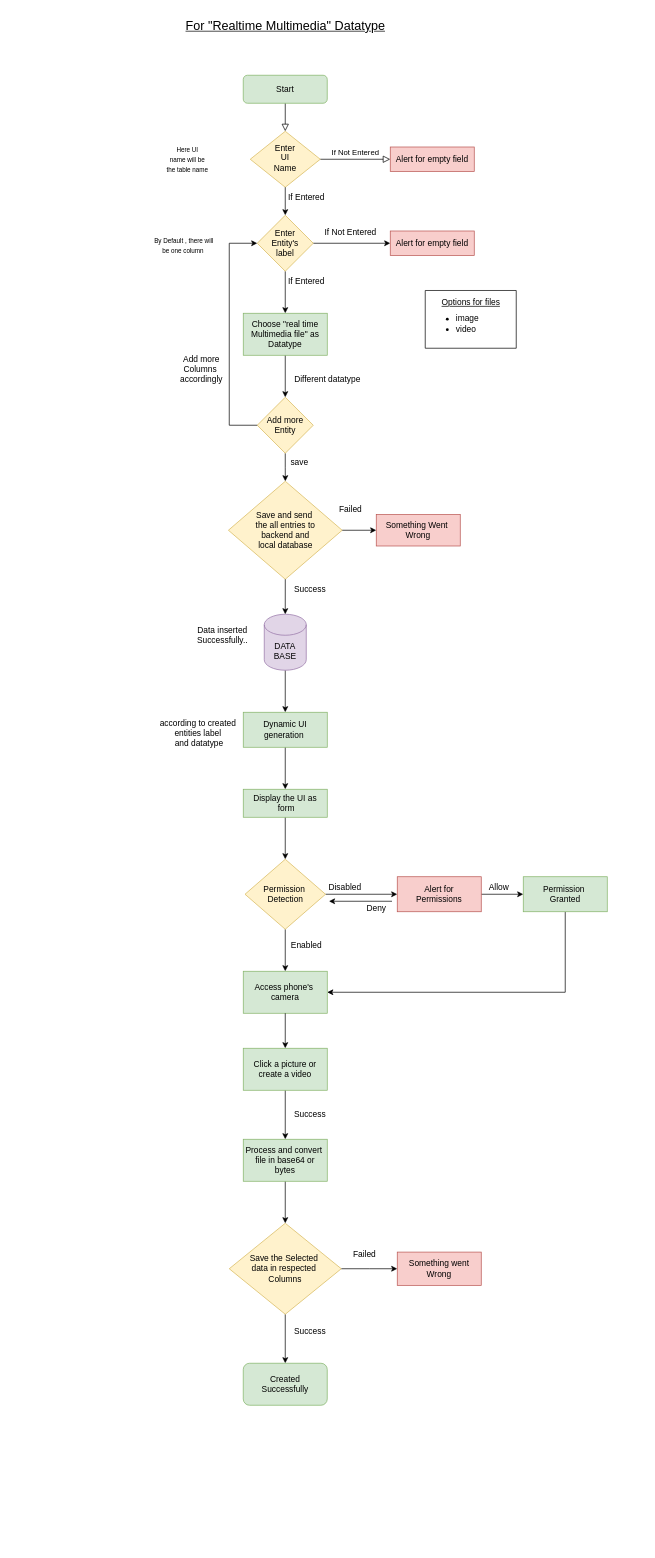
This is DatabaseCreation.drawio from MohitThakur001/FlowCharts, a draw.io file, before an edit. Source tidied: cells renumbered, new cells numbered last; positions are measured from the earlier drawing's top-left corner, leaving out a move shared by most shapes. Both pictures are drawn from the tidied source at 70%, with x=0, y=0 at pixel (145, 12).
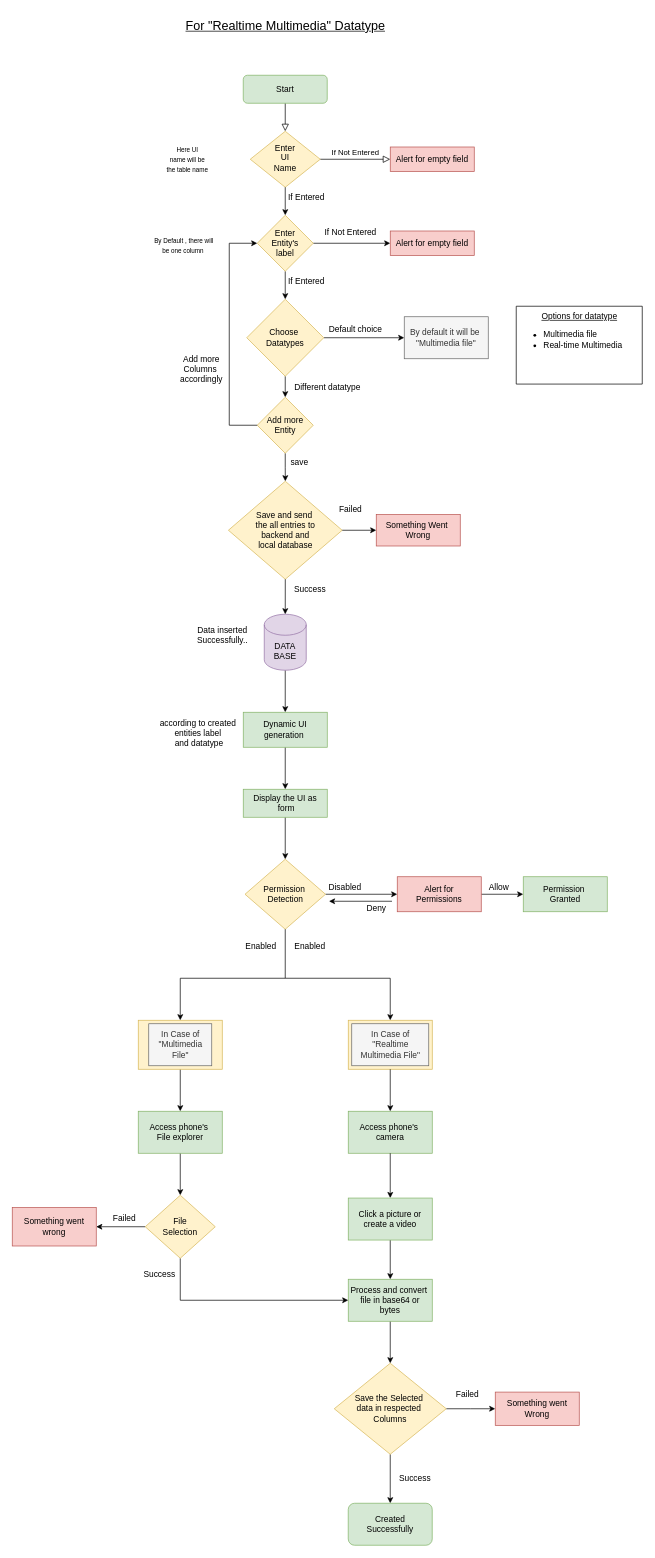
The same page after the edit.

The change refers to these unchanged cells:
```xml
<mxCell id="10" value="Enter &lt;br&gt;Entity's&lt;br&gt;label" style="rhombus;whiteSpace=wrap;html=1;fillColor=#fff2cc;strokeColor=#d6b656;" parent="1" vertex="1">
  <mxGeometry x="160" y="290" width="80" height="80" as="geometry" />
</mxCell>
<mxCell id="19" value="Add more&lt;br&gt;Entity" style="rhombus;whiteSpace=wrap;html=1;fillColor=#fff2cc;strokeColor=#d6b656;" parent="1" vertex="1">
  <mxGeometry x="160" y="550" width="80" height="80" as="geometry" />
</mxCell>
<mxCell id="55" value="Permission&amp;nbsp;&lt;br&gt;Detection" style="rhombus;whiteSpace=wrap;html=1;fillColor=#fff2cc;strokeColor=#d6b656;" parent="1" vertex="1">
  <mxGeometry x="142.5" y="1210" width="115" height="100" as="geometry" />
</mxCell>
<mxCell id="59" value="Permission&amp;nbsp;&lt;br&gt;Granted" style="whiteSpace=wrap;html=1;fillColor=#d5e8d4;strokeColor=#82b366;" parent="1" vertex="1">
  <mxGeometry x="540" y="1235" width="120" height="50" as="geometry" />
</mxCell>
```

Diff of the diagram source:
```diff
@@
-    <mxCell id="9" style="edgeStyle=orthogonalEdgeStyle;rounded=0;jettySize=auto;html=1;entryX=0.5;entryY=0;entryDx=0;entryDy=0;" parent="1" edge="1" source="10" target="51">
+    <mxCell id="9" style="edgeStyle=orthogonalEdgeStyle;rounded=0;jettySize=auto;html=1;entryX=0.5;entryY=0;entryDx=0;entryDy=0;" parent="1" edge="1" source="10" target="71">
       <mxGeometry relative="1" as="geometry" />
     </mxCell>
@@
-    <mxCell id="15" style="edgeStyle=orthogonalEdgeStyle;rounded=0;jettySize=auto;html=1;entryX=0.5;entryY=0;entryDx=0;entryDy=0;exitX=0.5;exitY=1;exitDx=0;exitDy=0;" parent="1" edge="1" source="51" target="19">
+    <mxCell id="15" style="edgeStyle=orthogonalEdgeStyle;rounded=0;jettySize=auto;html=1;entryX=0.5;entryY=0;entryDx=0;entryDy=0;exitX=0.5;exitY=1;exitDx=0;exitDy=0;" parent="1" edge="1" source="71" target="19">
       <mxGeometry relative="1" as="geometry" />
     </mxCell>
@@
     <mxCell id="17" value="Different datatype" style="text;html=1;align=center;verticalAlign=middle;strokeColor=none;fillColor=none;" parent="1" vertex="1">
-      <mxGeometry x="200" y="510" width="120" height="30" as="geometry" />
+      <mxGeometry x="200" y="521.2" width="120" height="30" as="geometry" />
     </mxCell>
@@
     <mxCell id="40" value="Save the Selected&amp;nbsp;&lt;br&gt;data in respected&amp;nbsp;&lt;br&gt;Columns" style="rhombus;whiteSpace=wrap;html=1;fillColor=#fff2cc;strokeColor=#d6b656;" parent="1" vertex="1">
-      <mxGeometry x="120" y="1730" width="160" height="130" as="geometry" />
+      <mxGeometry x="270" y="1930" width="160" height="130" as="geometry" />
     </mxCell>
-    <mxCell id="41" value="Success" style="text;html=1;align=center;verticalAlign=middle;strokeColor=none;fillColor=none;" parent="1" vertex="1">
-      <mxGeometry x="200" y="1560" width="70" height="30" as="geometry" />
-    </mxCell>
     <mxCell id="42" value="Something went&lt;br&gt;Wrong" style="whiteSpace=wrap;html=1;fillColor=#f8cecc;strokeColor=#b85450;" parent="1" vertex="1">
-      <mxGeometry x="360" y="1771.2" width="120" height="47.5" as="geometry" />
+      <mxGeometry x="500" y="1971.2" width="120" height="47.5" as="geometry" />
     </mxCell>
     <mxCell id="43" value="Success" style="text;html=1;align=center;verticalAlign=middle;strokeColor=none;fillColor=none;" parent="1" vertex="1">
-      <mxGeometry x="200" y="1870" width="70" height="30" as="geometry" />
+      <mxGeometry x="350" y="2080" width="70" height="30" as="geometry" />
     </mxCell>
     <mxCell id="44" value="Failed" style="text;html=1;align=center;verticalAlign=middle;strokeColor=none;fillColor=none;" parent="1" vertex="1">
-      <mxGeometry x="282.5" y="1760" width="60" height="30" as="geometry" />
+      <mxGeometry x="430" y="1960" width="60" height="30" as="geometry" />
     </mxCell>
     <mxCell id="45" value="Created &lt;br&gt;Successfully" style="rounded=1;whiteSpace=wrap;html=1;fillColor=#d5e8d4;strokeColor=#82b366;" parent="1" vertex="1">
-      <mxGeometry x="140" y="1930" width="120" height="60" as="geometry" />
+      <mxGeometry x="290" y="2130" width="120" height="60" as="geometry" />
     </mxCell>
@@
     <mxCell id="47" style="swimlane;startSize=0;" parent="1" vertex="1">
-      <mxGeometry x="400" y="397.5" width="130" height="82.5" as="geometry" />
+      <mxGeometry x="530" y="420" width="180" height="111.2" as="geometry" />
     </mxCell>
-    <mxCell id="48" value="&lt;ul&gt;&lt;li style=&quot;text-align: left;&quot;&gt;image&lt;/li&gt;&lt;li style=&quot;text-align: left;&quot;&gt;video&lt;/li&gt;&lt;/ul&gt;" style="text;html=1;align=center;verticalAlign=middle;strokeColor=none;fillColor=none;" parent="47" vertex="1">
-      <mxGeometry x="-10" y="12.5" width="100" height="70" as="geometry" />
+    <mxCell id="48" value="&lt;ul&gt;&lt;li style=&quot;text-align: left;&quot;&gt;Multimedia file&lt;/li&gt;&lt;li style=&quot;text-align: left;&quot;&gt;Real-time Multimedia&lt;/li&gt;&lt;/ul&gt;" style="text;html=1;align=center;verticalAlign=middle;strokeColor=none;fillColor=none;" parent="47" vertex="1">
+      <mxGeometry x="-15" y="12.5" width="180" height="70" as="geometry" />
     </mxCell>
+    <mxCell id="52" value="&lt;u&gt;Options for datatype&lt;/u&gt;" style="text;html=1;align=center;verticalAlign=middle;strokeColor=none;fillColor=none;" parent="47" vertex="1">
+      <mxGeometry x="25" width="130" height="30" as="geometry" />
+    </mxCell>
@@
-    <mxCell id="51" value="Choose &quot;real time Multimedia file&quot; as Datatype" style="rounded=0;whiteSpace=wrap;html=1;fillColor=#d5e8d4;strokeColor=#82b366;" parent="1" vertex="1">
-      <mxGeometry x="140" y="430" width="120" height="60" as="geometry" />
-    </mxCell>
-    <mxCell id="52" value="&lt;u&gt;Options for files&lt;/u&gt;" style="text;html=1;align=center;verticalAlign=middle;strokeColor=none;fillColor=none;" parent="1" vertex="1">
-      <mxGeometry x="410" y="400" width="110" height="30" as="geometry" />
-    </mxCell>
@@
-    <mxCell id="54" style="edgeStyle=orthogonalEdgeStyle;rounded=0;jettySize=auto;html=1;" parent="1" edge="1" source="55" target="64">
-      <mxGeometry relative="1" as="geometry" />
-    </mxCell>
@@
-    <mxCell id="58" style="edgeStyle=orthogonalEdgeStyle;rounded=0;jettySize=auto;html=1;entryX=1;entryY=0.5;entryDx=0;entryDy=0;" parent="1" edge="1" source="59" target="64">
-      <mxGeometry relative="1" as="geometry">
-        <Array as="points">
-          <mxPoint x="600" y="1400" />
-        </Array>
-      </mxGeometry>
-    </mxCell>
@@
     <mxCell id="64" value="Access phone's&amp;nbsp;&lt;br&gt;camera" style="whiteSpace=wrap;html=1;fillColor=#d5e8d4;strokeColor=#82b366;" parent="1" vertex="1">
-      <mxGeometry x="140" y="1370" width="120" height="60" as="geometry" />
+      <mxGeometry x="290" y="1570" width="120" height="60" as="geometry" />
     </mxCell>
@@
     <mxCell id="66" value="Enabled" style="text;html=1;align=center;verticalAlign=middle;strokeColor=none;fillColor=none;" parent="1" vertex="1">
-      <mxGeometry x="195" y="1318" width="70" height="30" as="geometry" />
+      <mxGeometry x="130" y="1320" width="70" height="30" as="geometry" />
     </mxCell>
-    <mxCell id="67" style="edgeStyle=orthogonalEdgeStyle;rounded=0;jettySize=auto;html=1;entryX=0.5;entryY=0;entryDx=0;entryDy=0;" parent="1" edge="1" source="68" target="40">
+    <mxCell id="67" style="edgeStyle=orthogonalEdgeStyle;rounded=0;jettySize=auto;html=1;entryX=0.5;entryY=0;entryDx=0;entryDy=0;exitX=0.5;exitY=1;exitDx=0;exitDy=0;" parent="1" edge="1" source="68" target="40">
       <mxGeometry relative="1" as="geometry" />
     </mxCell>
     <mxCell id="68" value="Process and convert&amp;nbsp;&lt;br&gt;file in base64 or &lt;br&gt;bytes" style="rounded=0;whiteSpace=wrap;html=1;fillColor=#d5e8d4;strokeColor=#82b366;" parent="1" vertex="1">
-      <mxGeometry x="140" y="1610" width="120" height="60" as="geometry" />
+      <mxGeometry x="290" y="1810" width="120" height="60" as="geometry" />
     </mxCell>
     <mxCell id="69" value="Click a picture or create a video" style="rounded=0;whiteSpace=wrap;html=1;fillColor=#d5e8d4;strokeColor=#82b366;" parent="1" vertex="1">
-      <mxGeometry x="140" y="1480" width="120" height="60" as="geometry" />
+      <mxGeometry x="290" y="1694" width="120" height="60" as="geometry" />
     </mxCell>
+    <mxCell id="70" style="edgeStyle=orthogonalEdgeStyle;rounded=0;jettySize=auto;html=1;" parent="1" edge="1" source="71" target="72">
+      <mxGeometry relative="1" as="geometry" />
+    </mxCell>
+    <mxCell id="71" value="Choose&amp;nbsp;&lt;br&gt;Datatypes" style="rhombus;whiteSpace=wrap;html=1;fillColor=#fff2cc;strokeColor=#d6b656;" parent="1" vertex="1">
+      <mxGeometry x="145" y="410" width="110" height="110" as="geometry" />
+    </mxCell>
+    <mxCell id="72" value="By default it will be&amp;nbsp;&lt;br&gt;&quot;Multimedia file&quot;" style="whiteSpace=wrap;html=1;fillColor=#f5f5f5;fontColor=#333333;strokeColor=#666666;" parent="1" vertex="1">
+      <mxGeometry x="370" y="435" width="120" height="60" as="geometry" />
+    </mxCell>
+    <mxCell id="73" value="Default choice" style="text;html=1;align=center;verticalAlign=middle;strokeColor=none;fillColor=none;" parent="1" vertex="1">
+      <mxGeometry x="250" y="438.8" width="100" height="30" as="geometry" />
+    </mxCell>
+    <mxCell id="74" style="whiteSpace=wrap;html=1;fillColor=#fff2cc;strokeColor=#d6b656;" parent="1" vertex="1">
+      <mxGeometry x="290" y="1440" width="120" height="70" as="geometry" />
+    </mxCell>
+    <mxCell id="75" style="edgeStyle=orthogonalEdgeStyle;rounded=0;jettySize=auto;html=1;" parent="1" edge="1" source="76" target="84">
+      <mxGeometry relative="1" as="geometry" />
+    </mxCell>
+    <mxCell id="76" style="whiteSpace=wrap;html=1;fillColor=#fff2cc;strokeColor=#d6b656;" parent="1" vertex="1">
+      <mxGeometry x="-10" y="1440" width="120" height="70" as="geometry" />
+    </mxCell>
+    <mxCell id="77" value="Enabled" style="text;html=1;align=center;verticalAlign=middle;strokeColor=none;fillColor=none;" parent="1" vertex="1">
+      <mxGeometry x="200" y="1320" width="70" height="30" as="geometry" />
+    </mxCell>
+    <mxCell id="78" style="endArrow=none;html=1;rounded=0;entryX=0.5;entryY=1;entryDx=0;entryDy=0;" parent="1" edge="1" target="55">
+      <mxGeometry relative="1" as="geometry">
+        <mxPoint x="200" y="1380" as="sourcePoint" />
+      </mxGeometry>
+    </mxCell>
+    <mxCell id="79" style="endArrow=classic;startArrow=classic;html=1;rounded=0;exitX=0.5;exitY=0;exitDx=0;exitDy=0;entryX=0.5;entryY=0;entryDx=0;entryDy=0;" parent="1" edge="1" source="76" target="74">
+      <mxGeometry relative="1" as="geometry">
+        <Array as="points">
+          <mxPoint x="50" y="1380" />
+          <mxPoint x="200" y="1380" />
+          <mxPoint x="350" y="1380" />
+        </Array>
+      </mxGeometry>
+    </mxCell>
+    <mxCell id="80" value="In Case of &lt;br&gt;&quot;Multimedia &lt;br&gt;File&quot;" style="text;html=1;align=center;verticalAlign=middle;strokeColor=#666666;fillColor=#f5f5f5;fontColor=#333333;" parent="1" vertex="1">
+      <mxGeometry x="5" y="1445" width="90" height="60" as="geometry" />
+    </mxCell>
+    <mxCell id="81" style="endArrow=classic;html=1;rounded=0;entryX=0.5;entryY=0;entryDx=0;entryDy=0;exitX=0.5;exitY=1;exitDx=0;exitDy=0;" parent="1" edge="1" source="74" target="64">
+      <mxGeometry relative="1" as="geometry" />
+    </mxCell>
+    <mxCell id="82" value="In Case of &lt;br&gt;&quot;Realtime &lt;br&gt;Multimedia File&quot;" style="text;html=1;align=center;verticalAlign=middle;strokeColor=#666666;fillColor=#f5f5f5;fontColor=#333333;" parent="1" vertex="1">
+      <mxGeometry x="295" y="1445" width="110" height="60" as="geometry" />
+    </mxCell>
+    <mxCell id="83" style="edgeStyle=orthogonalEdgeStyle;rounded=0;jettySize=auto;html=1;" parent="1" edge="1" source="84" target="87">
+      <mxGeometry relative="1" as="geometry" />
+    </mxCell>
+    <mxCell id="84" value="Access phone's&amp;nbsp;&lt;br style=&quot;border-color: var(--border-color);&quot;&gt;File explorer" style="whiteSpace=wrap;html=1;fillColor=#d5e8d4;strokeColor=#82b366;" parent="1" vertex="1">
+      <mxGeometry x="-10" y="1570" width="120" height="60" as="geometry" />
+    </mxCell>
+    <mxCell id="85" style="edgeStyle=orthogonalEdgeStyle;rounded=0;jettySize=auto;html=1;" parent="1" edge="1" source="87" target="88">
+      <mxGeometry relative="1" as="geometry" />
+    </mxCell>
+    <mxCell id="86" style="edgeStyle=orthogonalEdgeStyle;rounded=0;jettySize=auto;html=1;entryX=0;entryY=0.5;entryDx=0;entryDy=0;" parent="1" edge="1" source="87" target="68">
+      <mxGeometry relative="1" as="geometry">
+        <Array as="points">
+          <mxPoint x="50" y="1840" />
+        </Array>
+      </mxGeometry>
+    </mxCell>
+    <mxCell id="87" value="File &lt;br&gt;Selection" style="rhombus;whiteSpace=wrap;html=1;fillColor=#fff2cc;strokeColor=#d6b656;" parent="1" vertex="1">
+      <mxGeometry y="1690" width="100" height="90" as="geometry" />
+    </mxCell>
+    <mxCell id="88" value="Something went wrong" style="whiteSpace=wrap;html=1;fillColor=#f8cecc;strokeColor=#b85450;" parent="1" vertex="1">
+      <mxGeometry x="-190" y="1707.5" width="120" height="55" as="geometry" />
+    </mxCell>
+    <mxCell id="89" value="Failed" style="text;html=1;align=center;verticalAlign=middle;strokeColor=none;fillColor=none;" parent="1" vertex="1">
+      <mxGeometry x="-60" y="1709" width="60" height="30" as="geometry" />
+    </mxCell>
+    <mxCell id="41" value="Success" style="text;html=1;align=center;verticalAlign=middle;strokeColor=none;fillColor=none;" parent="1" vertex="1">
+      <mxGeometry x="-15" y="1788" width="70" height="30" as="geometry" />
+    </mxCell>
```
